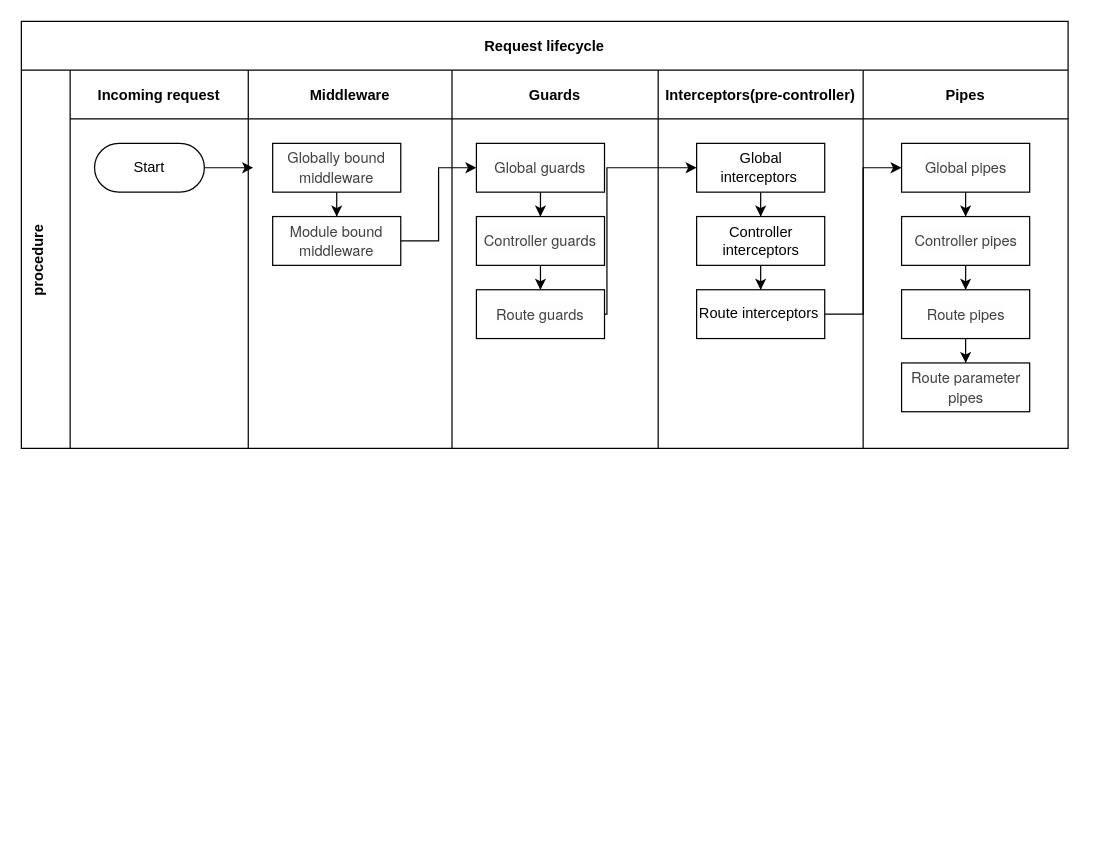
Above: nest.drawio in xixilaladsds/draw.io (draw.io), before the change. Source tidied: cells renumbered, new cells numbered last; positions are measured from the earlier drawing's top-left corner, leaving out a move shared by most shapes. Both pictures are drawn from the tidied source at 122%, with x=0, y=0 at pixel (21, 21).
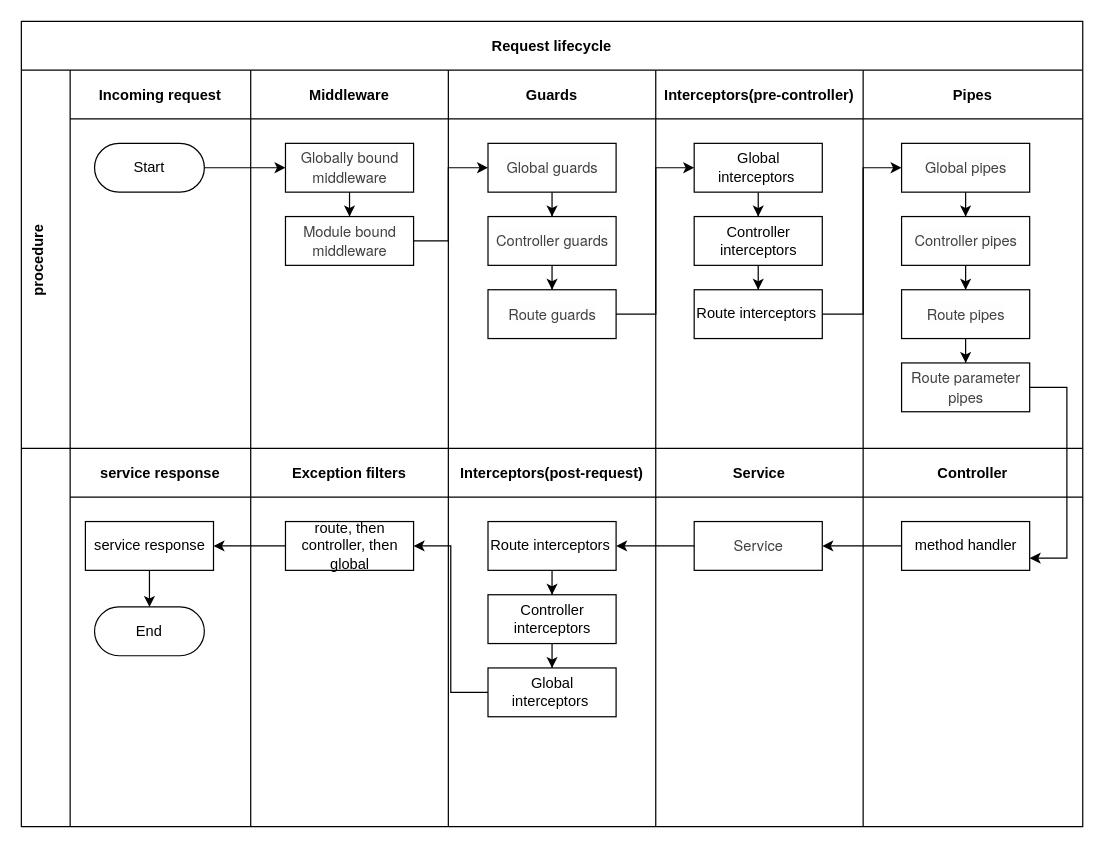
The same diagram, later.

The change refers to these unchanged cells:
```xml
<mxCell id="5" value="Start" style="rounded=1;whiteSpace=wrap;html=1;arcSize=50;" parent="4" vertex="1">
  <mxGeometry x="20" y="60" width="90" height="40" as="geometry" />
</mxCell>
<mxCell id="18" value="Global interceptors&amp;nbsp;" style="rounded=0;whiteSpace=wrap;html=1;fontSize=12;" parent="16" vertex="1">
  <mxGeometry x="31.5" y="60" width="105" height="40" as="geometry" />
</mxCell>
<mxCell id="21" value="Route interceptors&amp;nbsp;" style="rounded=0;whiteSpace=wrap;html=1;fontSize=12;" parent="16" vertex="1">
  <mxGeometry x="31.5" y="180" width="105" height="40" as="geometry" />
</mxCell>
<mxCell id="24" value="&lt;span style=&quot;color: rgb(64, 64, 64); font-family: &amp;quot;Source Sans Pro&amp;quot;, &amp;quot;Helvetica Neue&amp;quot;, sans-serif; font-style: normal; font-variant-ligatures: normal; font-variant-caps: normal; font-weight: 400; letter-spacing: normal; orphans: 2; text-align: left; text-indent: 0px; text-transform: none; widows: 2; word-spacing: 0px; -webkit-text-stroke-width: 0px; background-color: rgb(253, 253, 253); text-decoration-thickness: initial; text-decoration-style: initial; text-decoration-color: initial; float: none; display: inline !important;&quot;&gt;&lt;font style=&quot;font-size: 12px;&quot;&gt;Global pipes&lt;/font&gt;&lt;/span&gt;" style="rounded=0;whiteSpace=wrap;html=1;" parent="22" vertex="1">
  <mxGeometry x="31.5" y="60" width="105" height="40" as="geometry" />
</mxCell>
<mxCell id="27" value="&lt;span style=&quot;color: rgb(64, 64, 64); font-family: &amp;quot;Source Sans Pro&amp;quot;, &amp;quot;Helvetica Neue&amp;quot;, sans-serif; font-style: normal; font-variant-ligatures: normal; font-variant-caps: normal; font-weight: 400; letter-spacing: normal; orphans: 2; text-align: left; text-indent: 0px; text-transform: none; widows: 2; word-spacing: 0px; -webkit-text-stroke-width: 0px; background-color: rgb(253, 253, 253); text-decoration-thickness: initial; text-decoration-style: initial; text-decoration-color: initial; float: none; display: inline !important;&quot;&gt;&lt;font style=&quot;font-size: 12px;&quot;&gt;Route pipes&lt;/font&gt;&lt;/span&gt;" style="rounded=0;whiteSpace=wrap;html=1;fontSize=12;" parent="22" vertex="1">
  <mxGeometry x="31.5" y="180" width="105" height="40" as="geometry" />
</mxCell>
```

Diff of the diagram source:
```diff
@@
     <mxCell id="2" value="Request lifecycle" style="shape=table;childLayout=tableLayout;startSize=40;fillColor=none;fontStyle=1;" parent="1" vertex="1">
-      <mxGeometry width="858" height="350" as="geometry" />
+      <mxGeometry width="870" height="660" as="geometry" />
     </mxCell>
     <mxCell id="3" value="procedure&#10;" style="shape=tableRow;horizontal=0;swimlaneHead=0;swimlaneBody=0;top=0;left=0;bottom=0;right=0;fillColor=none;startSize=40;fontStyle=1;" parent="2" vertex="1">
-      <mxGeometry y="40" width="858" height="310" as="geometry" />
+      <mxGeometry y="40" width="870" height="310" as="geometry" />
     </mxCell>
     <mxCell id="4" value="Incoming request" style="swimlane;swimlaneHead=0;swimlaneBody=0;fillColor=none;startSize=40;fontStyle=1;" parent="3" vertex="1">
-      <mxGeometry x="40" width="146" height="310" as="geometry" />
+      <mxGeometry x="40" width="148" height="310" as="geometry" />
     </mxCell>
@@
     <mxCell id="6" value="Middleware" style="swimlane;swimlaneHead=0;swimlaneBody=0;fillColor=none;startSize=40;fontStyle=1;" parent="3" vertex="1">
-      <mxGeometry x="186" width="167" height="310" as="geometry" />
+      <mxGeometry x="188" width="162" height="310" as="geometry" />
     </mxCell>
@@
     <mxCell id="8" value="&lt;span style=&quot;color: rgb(64, 64, 64); font-family: &amp;quot;Source Sans Pro&amp;quot;, &amp;quot;Helvetica Neue&amp;quot;, sans-serif; font-style: normal; font-variant-ligatures: normal; font-variant-caps: normal; font-weight: 400; letter-spacing: normal; orphans: 2; text-align: left; text-indent: 0px; text-transform: none; widows: 2; word-spacing: 0px; -webkit-text-stroke-width: 0px; background-color: rgb(253, 253, 253); text-decoration-thickness: initial; text-decoration-style: initial; text-decoration-color: initial; float: none; display: inline !important;&quot;&gt;&lt;font style=&quot;font-size: 12px;&quot;&gt;Globally bound middleware&lt;/font&gt;&lt;/span&gt;" style="rounded=0;whiteSpace=wrap;html=1;" parent="6" vertex="1">
-      <mxGeometry x="20" y="60" width="105" height="40" as="geometry" />
+      <mxGeometry x="28.5" y="60" width="105" height="40" as="geometry" />
     </mxCell>
     <mxCell id="9" value="&lt;span style=&quot;color: rgb(64, 64, 64); font-family: &amp;quot;Source Sans Pro&amp;quot;, &amp;quot;Helvetica Neue&amp;quot;, sans-serif; font-style: normal; font-variant-ligatures: normal; font-variant-caps: normal; font-weight: 400; letter-spacing: normal; orphans: 2; text-align: left; text-indent: 0px; text-transform: none; widows: 2; word-spacing: 0px; -webkit-text-stroke-width: 0px; background-color: rgb(253, 253, 253); text-decoration-thickness: initial; text-decoration-style: initial; text-decoration-color: initial; float: none; display: inline !important;&quot;&gt;&lt;font style=&quot;font-size: 12px;&quot;&gt;Module bound middleware&lt;/font&gt;&lt;/span&gt;" style="rounded=0;whiteSpace=wrap;html=1;" parent="6" vertex="1">
-      <mxGeometry x="20" y="120" width="105" height="40" as="geometry" />
+      <mxGeometry x="28.5" y="120" width="105" height="40" as="geometry" />
     </mxCell>
     <mxCell id="10" value="Guards" style="swimlane;swimlaneHead=0;swimlaneBody=0;fillColor=none;startSize=40;fontStyle=1;" parent="3" vertex="1">
-      <mxGeometry x="353" width="169" height="310" as="geometry" />
+      <mxGeometry x="350" width="170" height="310" as="geometry" />
     </mxCell>
@@
     <mxCell id="12" value="&lt;span style=&quot;color: rgb(64, 64, 64); font-family: &amp;quot;Source Sans Pro&amp;quot;, &amp;quot;Helvetica Neue&amp;quot;, sans-serif; font-style: normal; font-variant-ligatures: normal; font-variant-caps: normal; font-weight: 400; letter-spacing: normal; orphans: 2; text-align: left; text-indent: 0px; text-transform: none; widows: 2; word-spacing: 0px; -webkit-text-stroke-width: 0px; background-color: rgb(253, 253, 253); text-decoration-thickness: initial; text-decoration-style: initial; text-decoration-color: initial; float: none; display: inline !important;&quot;&gt;&lt;font style=&quot;font-size: 12px;&quot;&gt;Global guards&lt;/font&gt;&lt;/span&gt;" style="rounded=0;whiteSpace=wrap;html=1;" parent="10" vertex="1">
-      <mxGeometry x="20" y="60" width="105" height="40" as="geometry" />
+      <mxGeometry x="32.5" y="60" width="105" height="40" as="geometry" />
     </mxCell>
@@
     <mxCell id="14" value="&lt;span style=&quot;color: rgb(64, 64, 64); font-family: &amp;quot;Source Sans Pro&amp;quot;, &amp;quot;Helvetica Neue&amp;quot;, sans-serif; font-style: normal; font-variant-ligatures: normal; font-variant-caps: normal; font-weight: 400; letter-spacing: normal; orphans: 2; text-align: left; text-indent: 0px; text-transform: none; widows: 2; word-spacing: 0px; -webkit-text-stroke-width: 0px; background-color: rgb(253, 253, 253); text-decoration-thickness: initial; text-decoration-style: initial; text-decoration-color: initial; float: none; display: inline !important;&quot;&gt;&lt;font style=&quot;font-size: 12px;&quot;&gt;Controller guards&lt;/font&gt;&lt;/span&gt;" style="rounded=0;whiteSpace=wrap;html=1;fontSize=12;" parent="10" vertex="1">
-      <mxGeometry x="20" y="120" width="105" height="40" as="geometry" />
+      <mxGeometry x="32.5" y="120" width="105" height="40" as="geometry" />
     </mxCell>
     <mxCell id="15" value="&lt;span style=&quot;color: rgb(64, 64, 64); font-family: &amp;quot;Source Sans Pro&amp;quot;, &amp;quot;Helvetica Neue&amp;quot;, sans-serif; font-style: normal; font-variant-ligatures: normal; font-variant-caps: normal; font-weight: 400; letter-spacing: normal; orphans: 2; text-align: left; text-indent: 0px; text-transform: none; widows: 2; word-spacing: 0px; -webkit-text-stroke-width: 0px; background-color: rgb(253, 253, 253); text-decoration-thickness: initial; text-decoration-style: initial; text-decoration-color: initial; float: none; display: inline !important;&quot;&gt;&lt;font style=&quot;font-size: 12px;&quot;&gt;Route guards&lt;/font&gt;&lt;/span&gt;" style="rounded=0;whiteSpace=wrap;html=1;fontSize=12;" parent="10" vertex="1">
-      <mxGeometry x="20" y="180" width="105" height="40" as="geometry" />
+      <mxGeometry x="32.5" y="180" width="105" height="40" as="geometry" />
     </mxCell>
     <mxCell id="16" value="Interceptors(pre-controller)" style="swimlane;swimlaneHead=0;swimlaneBody=0;fillColor=none;startSize=40;fontStyle=1;" parent="3" vertex="1">
-      <mxGeometry x="522" width="168" height="310" as="geometry" />
+      <mxGeometry x="520" width="170" height="310" as="geometry" />
     </mxCell>
@@
     <mxCell id="22" value="Pipes" style="swimlane;swimlaneHead=0;swimlaneBody=0;fillColor=none;startSize=40;fontStyle=1;" parent="3" vertex="1">
-      <mxGeometry x="690" width="168" height="310" as="geometry" />
+      <mxGeometry x="690" width="180" height="310" as="geometry" />
     </mxCell>
@@
+    <mxCell id="32" value="&lt;span style=&quot;color: rgb(64, 64, 64); font-family: &amp;quot;Source Sans Pro&amp;quot;, &amp;quot;Helvetica Neue&amp;quot;, sans-serif; font-style: normal; font-variant-ligatures: normal; font-variant-caps: normal; font-weight: 400; letter-spacing: normal; orphans: 2; text-align: left; text-indent: 0px; text-transform: none; widows: 2; word-spacing: 0px; -webkit-text-stroke-width: 0px; background-color: rgb(253, 253, 253); text-decoration-thickness: initial; text-decoration-style: initial; text-decoration-color: initial; float: none; display: inline !important;&quot;&gt;&lt;font style=&quot;font-size: 12px;&quot;&gt;Route parameter pipes&lt;/font&gt;&lt;/span&gt;" style="rounded=0;whiteSpace=wrap;html=1;fontSize=12;" parent="22" vertex="1">
+      <mxGeometry x="31.5" y="240" width="105" height="40" as="geometry" />
+    </mxCell>
+    <mxCell id="33" style="edgeStyle=orthogonalEdgeStyle;rounded=0;jettySize=auto;html=1;fontSize=12;" parent="22" edge="1" source="27" target="32">
+      <mxGeometry relative="1" as="geometry" />
+    </mxCell>
-    <mxCell id="28" style="edgeStyle=orthogonalEdgeStyle;rounded=0;jettySize=auto;html=1;fontSize=12;" parent="3" edge="1" source="5">
-      <mxGeometry relative="1" as="geometry">
-        <mxPoint x="190" y="80" as="targetPoint" />
-      </mxGeometry>
+    <mxCell id="28" style="edgeStyle=orthogonalEdgeStyle;rounded=0;jettySize=auto;html=1;fontSize=12;entryX=0;entryY=0.5;entryDx=0;entryDy=0;" parent="3" edge="1" source="5" target="8">
+      <mxGeometry relative="1" as="geometry" />
     </mxCell>
     <mxCell id="29" style="edgeStyle=orthogonalEdgeStyle;rounded=0;jettySize=auto;html=1;entryX=0;entryY=0.5;entryDx=0;entryDy=0;fontSize=12;" parent="3" edge="1" source="9" target="12">
-      <mxGeometry relative="1" as="geometry" />
+      <mxGeometry relative="1" as="geometry">
+        <Array as="points">
+          <mxPoint x="350" y="140" />
+          <mxPoint x="350" y="80" />
+        </Array>
+      </mxGeometry>
     </mxCell>
     <mxCell id="30" style="edgeStyle=orthogonalEdgeStyle;rounded=0;jettySize=auto;html=1;fontSize=12;" parent="3" edge="1" source="15" target="18">
       <mxGeometry relative="1" as="geometry">
         <Array as="points">
-          <mxPoint x="480" y="200" />
-          <mxPoint x="480" y="80" />
+          <mxPoint x="520" y="200" />
+          <mxPoint x="520" y="80" />
         </Array>
       </mxGeometry>
     </mxCell>
     <mxCell id="31" style="edgeStyle=orthogonalEdgeStyle;rounded=0;jettySize=auto;html=1;entryX=0;entryY=0.5;entryDx=0;entryDy=0;fontSize=12;" parent="3" edge="1" source="21" target="24">
-      <mxGeometry relative="1" as="geometry" />
+      <mxGeometry relative="1" as="geometry">
+        <Array as="points">
+          <mxPoint x="690" y="200" />
+          <mxPoint x="690" y="80" />
+        </Array>
+      </mxGeometry>
     </mxCell>
-    <mxCell id="32" value="&lt;span style=&quot;color: rgb(64, 64, 64); font-family: &amp;quot;Source Sans Pro&amp;quot;, &amp;quot;Helvetica Neue&amp;quot;, sans-serif; font-style: normal; font-variant-ligatures: normal; font-variant-caps: normal; font-weight: 400; letter-spacing: normal; orphans: 2; text-align: left; text-indent: 0px; text-transform: none; widows: 2; word-spacing: 0px; -webkit-text-stroke-width: 0px; background-color: rgb(253, 253, 253); text-decoration-thickness: initial; text-decoration-style: initial; text-decoration-color: initial; float: none; display: inline !important;&quot;&gt;&lt;font style=&quot;font-size: 12px;&quot;&gt;Route parameter pipes&lt;/font&gt;&lt;/span&gt;" style="rounded=0;whiteSpace=wrap;html=1;fontSize=12;" parent="1" vertex="1">
-      <mxGeometry x="721.5" y="280" width="105" height="40" as="geometry" />
-    </mxCell>
-    <mxCell id="33" style="edgeStyle=orthogonalEdgeStyle;rounded=0;jettySize=auto;html=1;fontSize=12;" parent="1" edge="1" source="27" target="32">
-      <mxGeometry relative="1" as="geometry" />
-    </mxCell>
+    <mxCell id="34" style="shape=tableRow;horizontal=0;swimlaneHead=0;swimlaneBody=0;top=0;left=0;bottom=0;right=0;fillColor=none;startSize=40;fontStyle=1;" parent="2" vertex="1">
+      <mxGeometry y="350" width="870" height="310" as="geometry" />
+    </mxCell>
+    <mxCell id="35" value="service response" style="swimlane;swimlaneHead=0;swimlaneBody=0;fillColor=none;startSize=40;fontStyle=1;" parent="34" vertex="1">
+      <mxGeometry x="40" width="148" height="310" as="geometry" />
+    </mxCell>
+    <mxCell id="36" style="edgeStyle=orthogonalEdgeStyle;rounded=0;jettySize=auto;html=1;fontSize=12;" parent="35" edge="1" source="37">
+      <mxGeometry relative="1" as="geometry">
+        <mxPoint x="65" y="130" as="targetPoint" />
+      </mxGeometry>
+    </mxCell>
+    <mxCell id="37" value="service response" style="rounded=0;whiteSpace=wrap;html=1;fontSize=12;" parent="35" vertex="1">
+      <mxGeometry x="12.5" y="60" width="105" height="40" as="geometry" />
+    </mxCell>
+    <mxCell id="38" value="End" style="rounded=1;whiteSpace=wrap;html=1;arcSize=50;" parent="35" vertex="1">
+      <mxGeometry x="20" y="130" width="90" height="40" as="geometry" />
+    </mxCell>
+    <mxCell id="39" value="Exception filters" style="swimlane;swimlaneHead=0;swimlaneBody=0;fillColor=none;startSize=40;fontStyle=1;" parent="34" vertex="1">
+      <mxGeometry x="188" width="162" height="310" as="geometry" />
+    </mxCell>
+    <mxCell id="40" value="route, then controller, then global" style="rounded=0;whiteSpace=wrap;html=1;fontSize=12;" parent="39" vertex="1">
+      <mxGeometry x="28.5" y="60" width="105" height="40" as="geometry" />
+    </mxCell>
+    <mxCell id="41" value="Interceptors(post-request)" style="swimlane;swimlaneHead=0;swimlaneBody=0;fillColor=none;startSize=40;fontStyle=1;" parent="34" vertex="1">
+      <mxGeometry x="350" width="170" height="310" as="geometry" />
+    </mxCell>
+    <mxCell id="42" value="Global interceptors&amp;nbsp;" style="rounded=0;whiteSpace=wrap;html=1;fontSize=12;" parent="41" vertex="1">
+      <mxGeometry x="32.5" y="180" width="105" height="40" as="geometry" />
+    </mxCell>
+    <mxCell id="43" style="edgeStyle=orthogonalEdgeStyle;rounded=0;jettySize=auto;html=1;fontSize=12;" parent="41" edge="1" source="44" target="42">
+      <mxGeometry relative="1" as="geometry" />
+    </mxCell>
+    <mxCell id="44" value="Controller interceptors" style="rounded=0;whiteSpace=wrap;html=1;fontSize=12;" parent="41" vertex="1">
+      <mxGeometry x="32.5" y="120" width="105" height="40" as="geometry" />
+    </mxCell>
+    <mxCell id="45" style="edgeStyle=orthogonalEdgeStyle;rounded=0;jettySize=auto;html=1;entryX=0.5;entryY=0;entryDx=0;entryDy=0;fontSize=12;" parent="41" edge="1" source="46" target="44">
+      <mxGeometry relative="1" as="geometry" />
+    </mxCell>
+    <mxCell id="46" value="Route interceptors&amp;nbsp;" style="rounded=0;whiteSpace=wrap;html=1;fontSize=12;" parent="41" vertex="1">
+      <mxGeometry x="32.5" y="60" width="105" height="40" as="geometry" />
+    </mxCell>
+    <mxCell id="47" value="Service" style="swimlane;swimlaneHead=0;swimlaneBody=0;fillColor=none;startSize=40;fontStyle=1;" parent="34" vertex="1">
+      <mxGeometry x="520" width="170" height="310" as="geometry" />
+    </mxCell>
+    <mxCell id="48" value="&lt;span style=&quot;color: rgb(64, 64, 64); font-family: &amp;quot;Source Sans Pro&amp;quot;, &amp;quot;Helvetica Neue&amp;quot;, sans-serif; font-style: normal; font-variant-ligatures: normal; font-variant-caps: normal; font-weight: 400; letter-spacing: normal; orphans: 2; text-align: left; text-indent: 0px; text-transform: none; widows: 2; word-spacing: 0px; -webkit-text-stroke-width: 0px; background-color: rgb(253, 253, 253); text-decoration-thickness: initial; text-decoration-style: initial; text-decoration-color: initial; float: none; display: inline !important;&quot;&gt;&lt;font style=&quot;font-size: 12px;&quot;&gt;Service&lt;/font&gt;&lt;/span&gt;" style="rounded=0;whiteSpace=wrap;html=1;fontSize=12;" parent="47" vertex="1">
+      <mxGeometry x="31.5" y="60" width="105" height="40" as="geometry" />
+    </mxCell>
+    <mxCell id="49" value="Controller" style="swimlane;swimlaneHead=0;swimlaneBody=0;fillColor=none;startSize=40;fontStyle=1;" parent="34" vertex="1">
+      <mxGeometry x="690" width="180" height="310" as="geometry" />
+    </mxCell>
+    <mxCell id="50" value="method handler" style="rounded=0;whiteSpace=wrap;html=1;fontSize=12;" parent="49" vertex="1">
+      <mxGeometry x="31.5" y="60" width="105" height="40" as="geometry" />
+    </mxCell>
+    <mxCell id="51" style="edgeStyle=orthogonalEdgeStyle;rounded=0;jettySize=auto;html=1;fontSize=12;" parent="34" edge="1" source="50" target="48">
+      <mxGeometry relative="1" as="geometry" />
+    </mxCell>
+    <mxCell id="52" style="edgeStyle=orthogonalEdgeStyle;rounded=0;jettySize=auto;html=1;fontSize=12;" parent="34" edge="1" source="40" target="37">
+      <mxGeometry relative="1" as="geometry" />
+    </mxCell>
+    <mxCell id="53" style="edgeStyle=orthogonalEdgeStyle;rounded=0;jettySize=auto;html=1;entryX=1;entryY=0.5;entryDx=0;entryDy=0;fontSize=12;" parent="34" edge="1" source="48" target="46">
+      <mxGeometry relative="1" as="geometry" />
+    </mxCell>
+    <mxCell id="54" style="edgeStyle=orthogonalEdgeStyle;rounded=0;jettySize=auto;html=1;entryX=1;entryY=0.5;entryDx=0;entryDy=0;fontSize=12;" parent="34" edge="1" source="42" target="40">
+      <mxGeometry relative="1" as="geometry" />
+    </mxCell>
+    <mxCell id="55" style="edgeStyle=orthogonalEdgeStyle;rounded=0;jettySize=auto;html=1;entryX=1;entryY=0.75;entryDx=0;entryDy=0;fontSize=12;" parent="2" edge="1" source="32" target="50">
+      <mxGeometry relative="1" as="geometry">
+        <Array as="points">
+          <mxPoint x="857" y="300" />
+          <mxPoint x="857" y="440" />
+        </Array>
+      </mxGeometry>
+    </mxCell>
```
